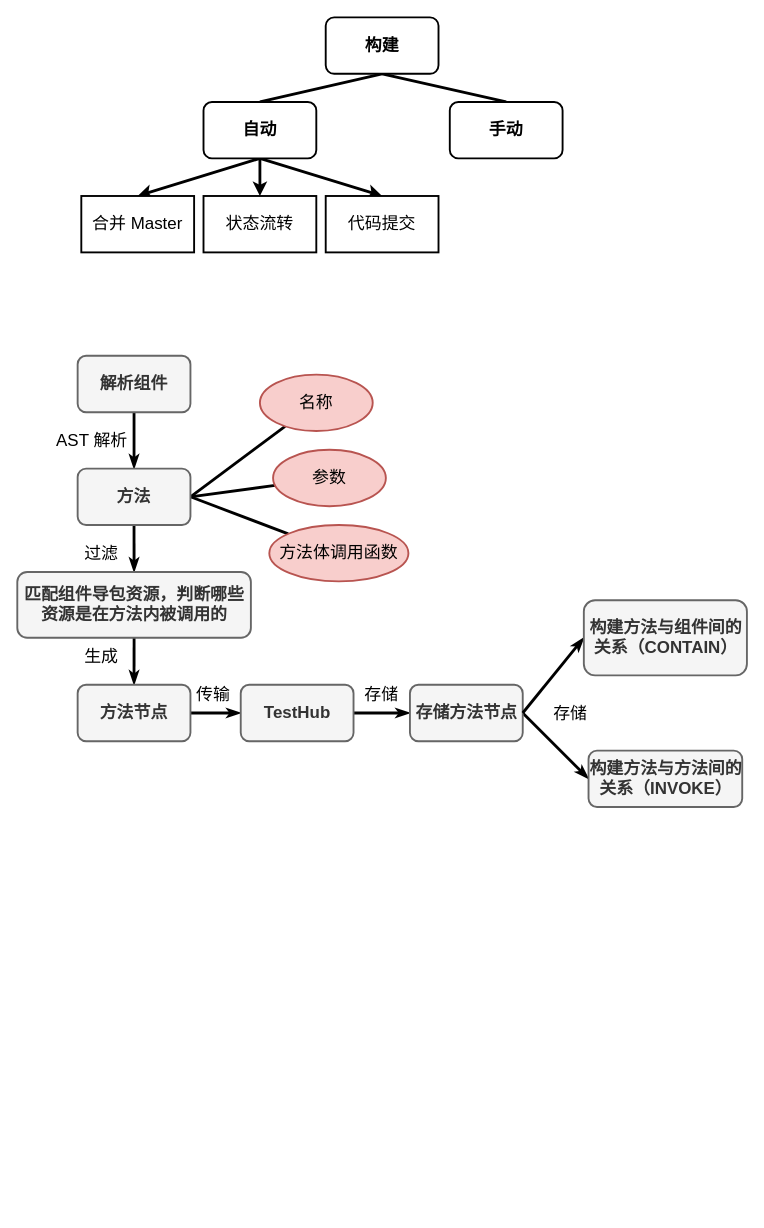
This is 前端影响面流程.drawio from C-wx/MindManager, a draw.io file, before an edit. Source tidied: cells renumbered, new cells numbered last; positions are measured from the earlier drawing's top-left corner, leaving out a move shared by most shapes. Both pictures are drawn from the tidied source at 94%, with x=0, y=0 at pixel (17, 17).
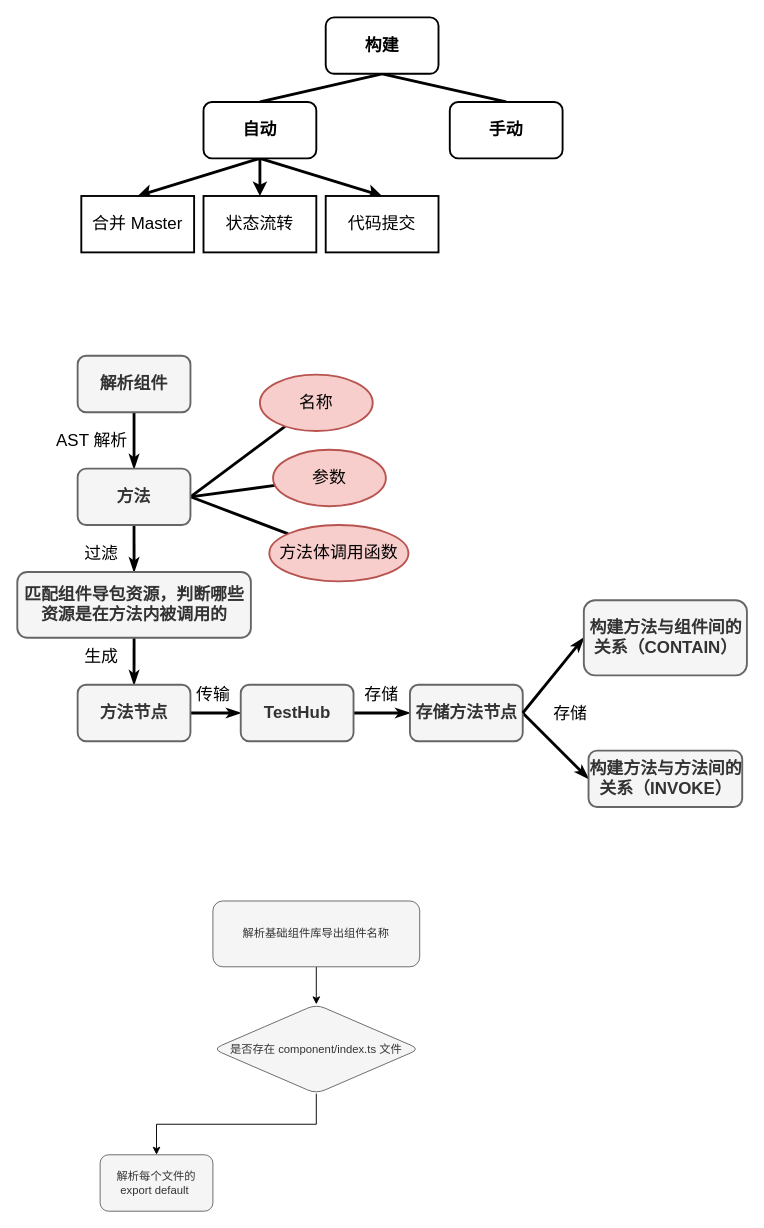
The same diagram, later.

Commit message:
更新前端影响面流程.drawio

The edit, as a diff of the source:
```diff
@@
+    <mxCell id="40" style="edgeStyle=orthogonalEdgeStyle;rounded=0;jettySize=auto;html=1;" parent="1" edge="1" source="41" target="43">
+      <mxGeometry relative="1" as="geometry" />
+    </mxCell>
+    <mxCell id="41" value="解析基础组件库导出组件名称" style="rounded=1;whiteSpace=wrap;html=1;fillColor=#f5f5f5;fontColor=#333333;strokeColor=#666666;" parent="1" vertex="1">
+      <mxGeometry x="208" y="940" width="220" height="70" as="geometry" />
+    </mxCell>
+    <mxCell id="42" style="edgeStyle=orthogonalEdgeStyle;rounded=0;jettySize=auto;html=1;" parent="1" edge="1" source="43" target="44">
+      <mxGeometry relative="1" as="geometry" />
+    </mxCell>
+    <mxCell id="43" value="是否存在 component/index.ts 文件" style="rhombus;whiteSpace=wrap;html=1;fillColor=#f5f5f5;strokeColor=#666666;fontColor=#333333;rounded=1;" parent="1" vertex="1">
+      <mxGeometry x="208" y="1050" width="220" height="95" as="geometry" />
+    </mxCell>
+    <mxCell id="44" value="解析每个文件的 export default&amp;nbsp;" style="whiteSpace=wrap;html=1;fillColor=#f5f5f5;strokeColor=#666666;fontColor=#333333;rounded=1;" parent="1" vertex="1">
+      <mxGeometry x="88" y="1210" width="120" height="60" as="geometry" />
+    </mxCell>
```
